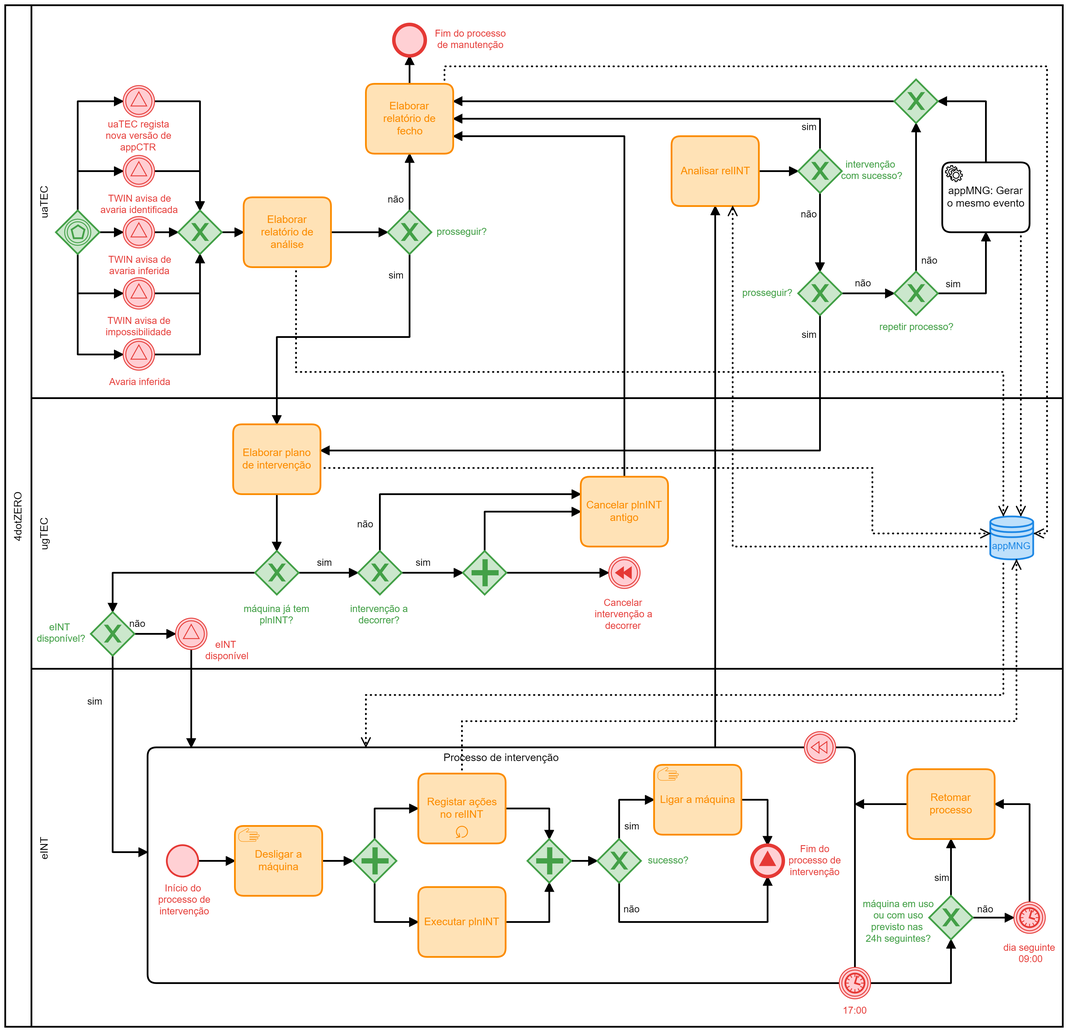
martimfasantos/AMS keeps this BPMN diagram as E2/MODL04_069_E2_1.png. Above is the earlier version. Its source is kept beside it as E2/MODL04_069_E2_1.bpmn. Ids are renumbered.
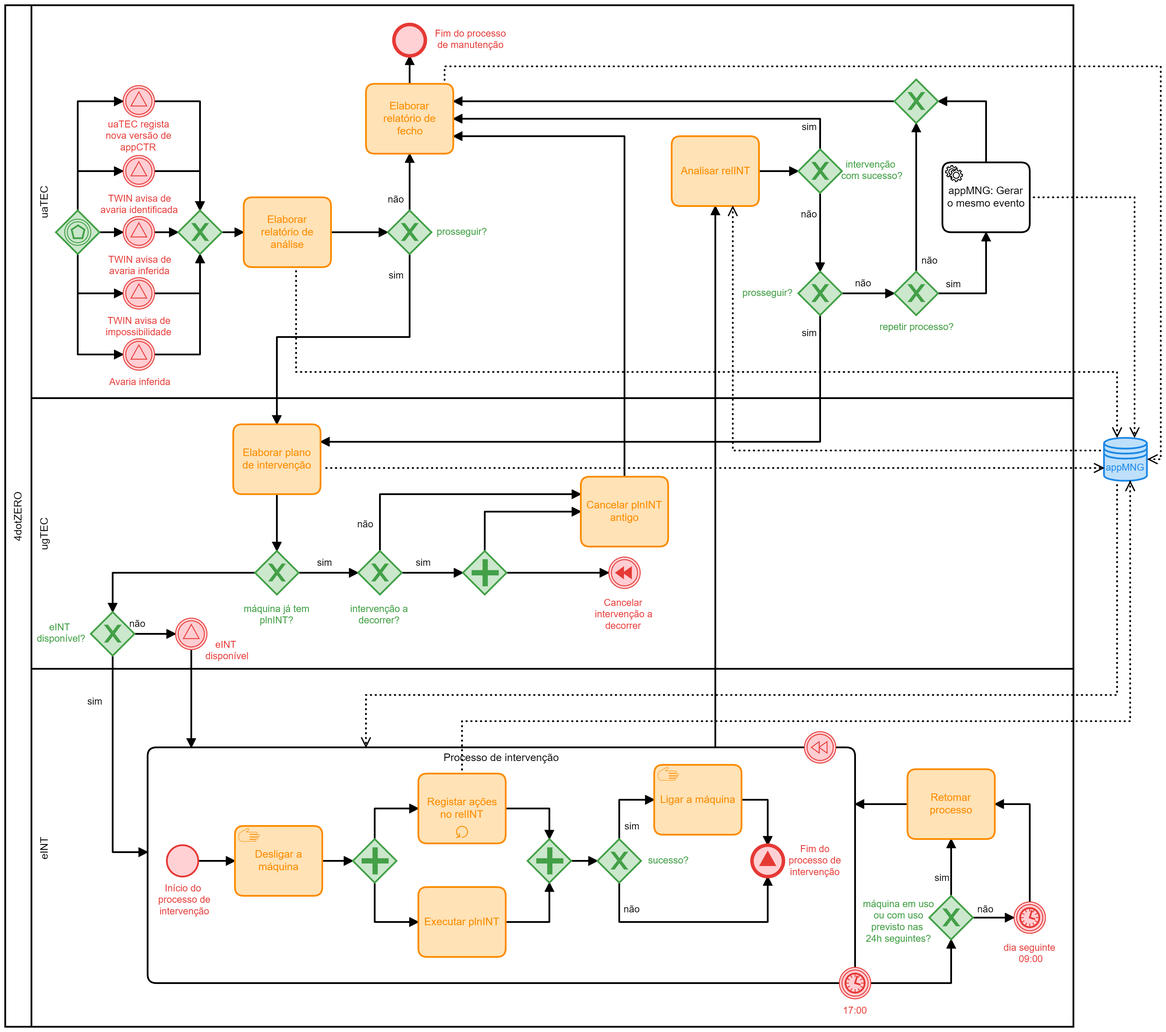
Above is the later version.

What changed in the source:
```diff
@@ -10,17 +10,17 @@
         <bpmn:flowNodeRef>Gateway_n9</bpmn:flowNodeRef>
         <bpmn:flowNodeRef>Activity_n10</bpmn:flowNodeRef>
         <bpmn:flowNodeRef>Activity_n11</bpmn:flowNodeRef>
+        <bpmn:flowNodeRef>Event_n14</bpmn:flowNodeRef>
         <bpmn:flowNodeRef>Gateway_n12</bpmn:flowNodeRef>
         <bpmn:flowNodeRef>Event_n13</bpmn:flowNodeRef>
-        <bpmn:flowNodeRef>Event_n14</bpmn:flowNodeRef>
       </bpmn:lane>
       <bpmn:lane id="Lane_n15" name="eINT">
+        <bpmn:flowNodeRef>Activity_n17</bpmn:flowNodeRef>
         <bpmn:flowNodeRef>Event_n16</bpmn:flowNodeRef>
-        <bpmn:flowNodeRef>Activity_n17</bpmn:flowNodeRef>
-        <bpmn:flowNodeRef>Event_n18</bpmn:flowNodeRef>
-        <bpmn:flowNodeRef>Event_n19</bpmn:flowNodeRef>
         <bpmn:flowNodeRef>Gateway_n20</bpmn:flowNodeRef>
         <bpmn:flowNodeRef>Activity_n21</bpmn:flowNodeRef>
+        <bpmn:flowNodeRef>Event_n19</bpmn:flowNodeRef>
+        <bpmn:flowNodeRef>Event_n18</bpmn:flowNodeRef>
       </bpmn:lane>
       <bpmn:lane id="Lane_n22" name="uaTEC">
         <bpmn:flowNodeRef>Activity_n23</bpmn:flowNodeRef>
@@ -317,16 +317,16 @@
   <bpmndi:BPMNDiagram id="BPMNDiagram_1">
     <bpmndi:BPMNPlane id="BPMNPlane_1" bpmnElement="Collaboration_n2">
       <bpmndi:BPMNShape id="Participant_n3_di" bpmnElement="Participant_n3" isHorizontal="true">
-        <dc:Bounds x="157" y="80" width="1211" height="1170" />
+        <dc:Bounds x="157" y="80" width="1223" height="1170" />
       </bpmndi:BPMNShape>
       <bpmndi:BPMNShape id="Lane_n22_di" bpmnElement="Lane_n22" isHorizontal="true">
-        <dc:Bounds x="187" y="80" width="1181" height="450" />
+        <dc:Bounds x="187" y="80" width="1193" height="450" />
       </bpmndi:BPMNShape>
       <bpmndi:BPMNShape id="Lane_n15_di" bpmnElement="Lane_n15" isHorizontal="true">
-        <dc:Bounds x="187" y="840" width="1181" height="410" />
+        <dc:Bounds x="187" y="840" width="1193" height="410" />
       </bpmndi:BPMNShape>
       <bpmndi:BPMNShape id="Lane_n6_di" bpmnElement="Lane_n6" isHorizontal="true">
-        <dc:Bounds x="187" y="530" width="1181" height="310" />
+        <dc:Bounds x="187" y="530" width="1193" height="310" />
       </bpmndi:BPMNShape>
       <bpmndi:BPMNEdge id="Flow_n115_di" bpmnElement="Flow_n115">
         <di:waypoint x="1330" y="1107" />
@@ -494,10 +494,10 @@
       </bpmndi:BPMNEdge>
       <bpmndi:BPMNEdge id="Flow_n58_di" bpmnElement="Flow_n58" bioc:stroke="#000" bioc:fill="#fff">
         <di:waypoint x="1090" y="435" />
-        <di:waypoint x="1090" y="590" />
-        <di:waypoint x="518" y="590" />
-        <bpmndi:BPMNLabel>
-          <dc:Bounds x="1069" y="451" width="18" height="14" />
+        <di:waypoint x="1090" y="580" />
+        <di:waypoint x="518" y="580" />
+        <bpmndi:BPMNLabel>
+          <dc:Bounds x="1069" y="449" width="18" height="14" />
         </bpmndi:BPMNLabel>
       </bpmndi:BPMNEdge>
       <bpmndi:BPMNEdge id="Flow_n44_di" bpmnElement="Flow_n44" bioc:stroke="#000" bioc:fill="#fff">
@@ -663,12 +663,6 @@
       <bpmndi:BPMNShape id="Gateway_n39_di" bpmnElement="Gateway_n39" isMarkerVisible="true" bioc:stroke="#43a047" bioc:fill="#c8e6c9" color:background-color="#c8e6c9" color:border-color="#43a047">
         <dc:Bounds x="1175" y="165" width="50" height="50" />
       </bpmndi:BPMNShape>
-      <bpmndi:BPMNShape id="DataStoreReference_n43_di" bpmnElement="DataStoreReference_n43" bioc:stroke="#000" bioc:fill="#fff" color:background-color="#bbdefb" color:border-color="#1e88e5">
-        <dc:Bounds x="1285" y="665" width="50" height="50" />
-        <bpmndi:BPMNLabel>
-          <dc:Bounds x="1287" y="693" width="45" height="14" />
-        </bpmndi:BPMNLabel>
-      </bpmndi:BPMNShape>
       <bpmndi:BPMNShape id="Activity_1fzugn7_di" bpmnElement="Activity_n17" isExpanded="true">
         <dc:Bounds x="320" y="930" width="810" height="270" />
       </bpmndi:BPMNShape>
@@ -804,43 +798,49 @@
       <bpmndi:BPMNShape id="Event_0o09taf_di" bpmnElement="Event_n18" bioc:stroke="#e53935" bioc:fill="#ffcdd2" color:background-color="#ffcdd2" color:border-color="#e53935">
         <dc:Bounds x="1072" y="912" width="36" height="36" />
       </bpmndi:BPMNShape>
+      <bpmndi:BPMNShape id="DataStoreReference_n43_di" bpmnElement="DataStoreReference_n43" bioc:stroke="#000" bioc:fill="#fff" color:background-color="#bbdefb" color:border-color="#1e88e5">
+        <dc:Bounds x="1415" y="575" width="50" height="50" />
+        <bpmndi:BPMNLabel>
+          <dc:Bounds x="1417" y="603" width="45" height="14" />
+        </bpmndi:BPMNLabel>
+      </bpmndi:BPMNShape>
+      <bpmndi:BPMNEdge id="DataOutputAssociation_n42_di" bpmnElement="DataOutputAssociation_n42">
+        <di:waypoint x="490" y="380" />
+        <di:waypoint x="490" y="500" />
+        <di:waypoint x="1430" y="500" />
+        <di:waypoint x="1430" y="575" />
+      </bpmndi:BPMNEdge>
+      <bpmndi:BPMNEdge id="DataOutputAssociation_n50_di" bpmnElement="DataOutputAssociation_n50">
+        <di:waypoint x="660" y="170" />
+        <di:waypoint x="660" y="150" />
+        <di:waypoint x="1480" y="150" />
+        <di:waypoint x="1480" y="600" />
+        <di:waypoint x="1465" y="600" />
+      </bpmndi:BPMNEdge>
+      <bpmndi:BPMNEdge id="DataOutputAssociation_n59_di" bpmnElement="DataOutputAssociation_n59">
+        <di:waypoint x="520" y="610" />
+        <di:waypoint x="1415" y="610" />
+      </bpmndi:BPMNEdge>
+      <bpmndi:BPMNEdge id="DataInputAssociation_n78_di" bpmnElement="DataInputAssociation_n78">
+        <di:waypoint x="1415" y="590" />
+        <di:waypoint x="1410" y="590" />
+        <di:waypoint x="990" y="590" />
+        <di:waypoint x="990" y="310" />
+      </bpmndi:BPMNEdge>
       <bpmndi:BPMNEdge id="DataOutputAssociation_n83_di" bpmnElement="DataOutputAssociation_n83">
-        <di:waypoint x="1320" y="340" />
-        <di:waypoint x="1320" y="665" />
+        <di:waypoint x="1330" y="300" />
+        <di:waypoint x="1450" y="300" />
+        <di:waypoint x="1450" y="575" />
       </bpmndi:BPMNEdge>
       <bpmndi:BPMNEdge id="DataOutputAssociation_n95_di" bpmnElement="DataOutputAssociation_n95">
         <di:waypoint x="680" y="960" />
         <di:waypoint x="680" y="900" />
-        <di:waypoint x="1315" y="900" />
-        <di:waypoint x="1315" y="715" />
-      </bpmndi:BPMNEdge>
-      <bpmndi:BPMNEdge id="DataInputAssociation_n78_di" bpmnElement="DataInputAssociation_n78">
-        <di:waypoint x="1285" y="700" />
-        <di:waypoint x="990" y="700" />
-        <di:waypoint x="990" y="310" />
-      </bpmndi:BPMNEdge>
-      <bpmndi:BPMNEdge id="DataOutputAssociation_n59_di" bpmnElement="DataOutputAssociation_n59">
-        <di:waypoint x="518" y="610" />
-        <di:waypoint x="1150" y="610" />
-        <di:waypoint x="1150" y="685" />
-        <di:waypoint x="1285" y="685" />
-      </bpmndi:BPMNEdge>
-      <bpmndi:BPMNEdge id="DataOutputAssociation_n42_di" bpmnElement="DataOutputAssociation_n42">
-        <di:waypoint x="490" y="380" />
-        <di:waypoint x="490" y="500" />
-        <di:waypoint x="1300" y="500" />
-        <di:waypoint x="1300" y="665" />
-      </bpmndi:BPMNEdge>
-      <bpmndi:BPMNEdge id="DataOutputAssociation_n50_di" bpmnElement="DataOutputAssociation_n50">
-        <di:waypoint x="660" y="170" />
-        <di:waypoint x="660" y="150" />
-        <di:waypoint x="1350" y="150" />
-        <di:waypoint x="1350" y="685" />
-        <di:waypoint x="1335" y="685" />
+        <di:waypoint x="1445" y="900" />
+        <di:waypoint x="1445" y="625" />
       </bpmndi:BPMNEdge>
       <bpmndi:BPMNEdge id="DataInputAssociation_n89_di" bpmnElement="DataInputAssociation_n89">
-        <di:waypoint x="1300" y="715" />
-        <di:waypoint x="1300" y="870" />
+        <di:waypoint x="1430" y="625" />
+        <di:waypoint x="1430" y="870" />
         <di:waypoint x="570" y="870" />
         <di:waypoint x="570" y="930" />
       </bpmndi:BPMNEdge>
```
